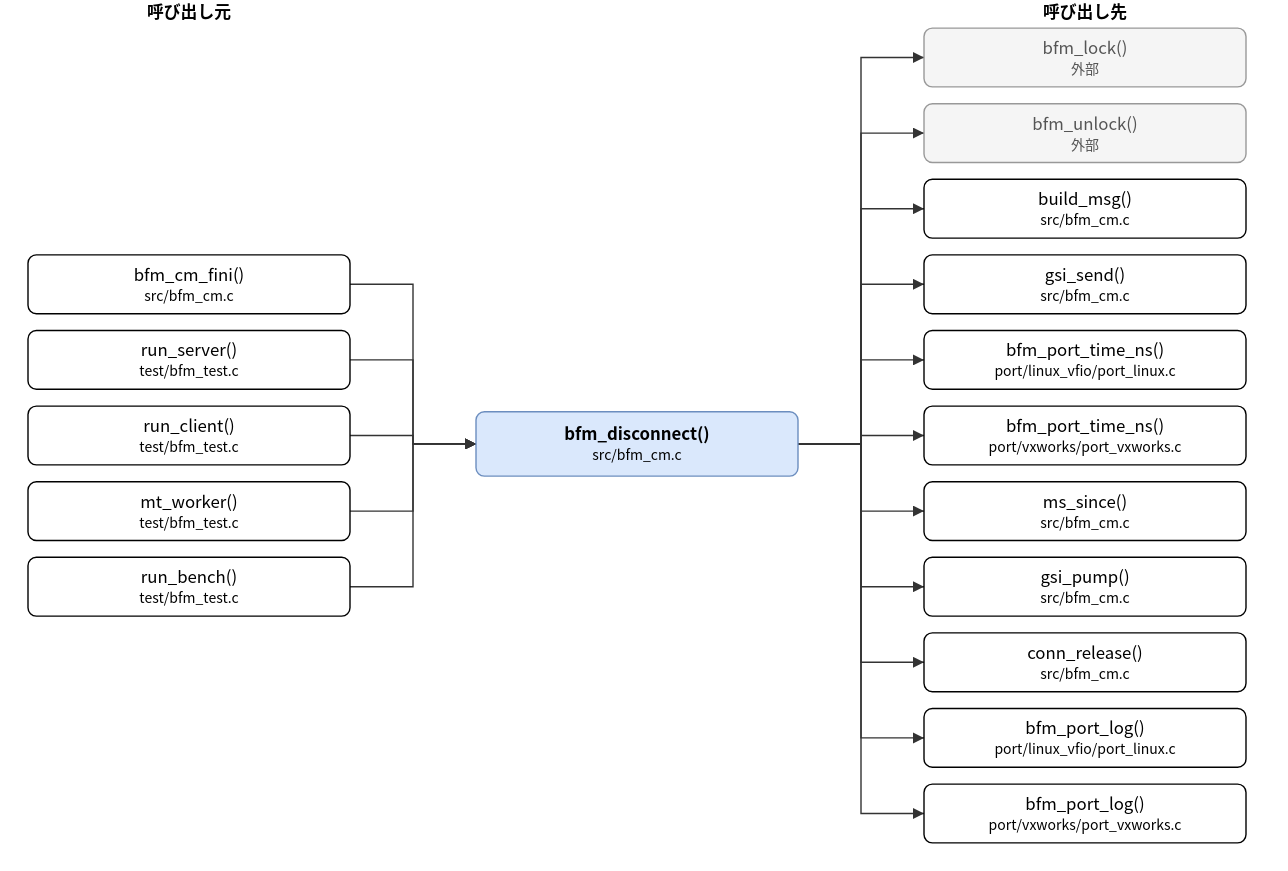
This is doc/spec/images/call_src_bfm_cm-bfm_disconnect.drawio.svg from hf355051012-ai/bfmem, a draw.io export, as it was before one commit. Source tidied: cells renumbered, new cells last; positions are measured from the earlier drawing's top-left corner, leaving out a move shared by most shapes.
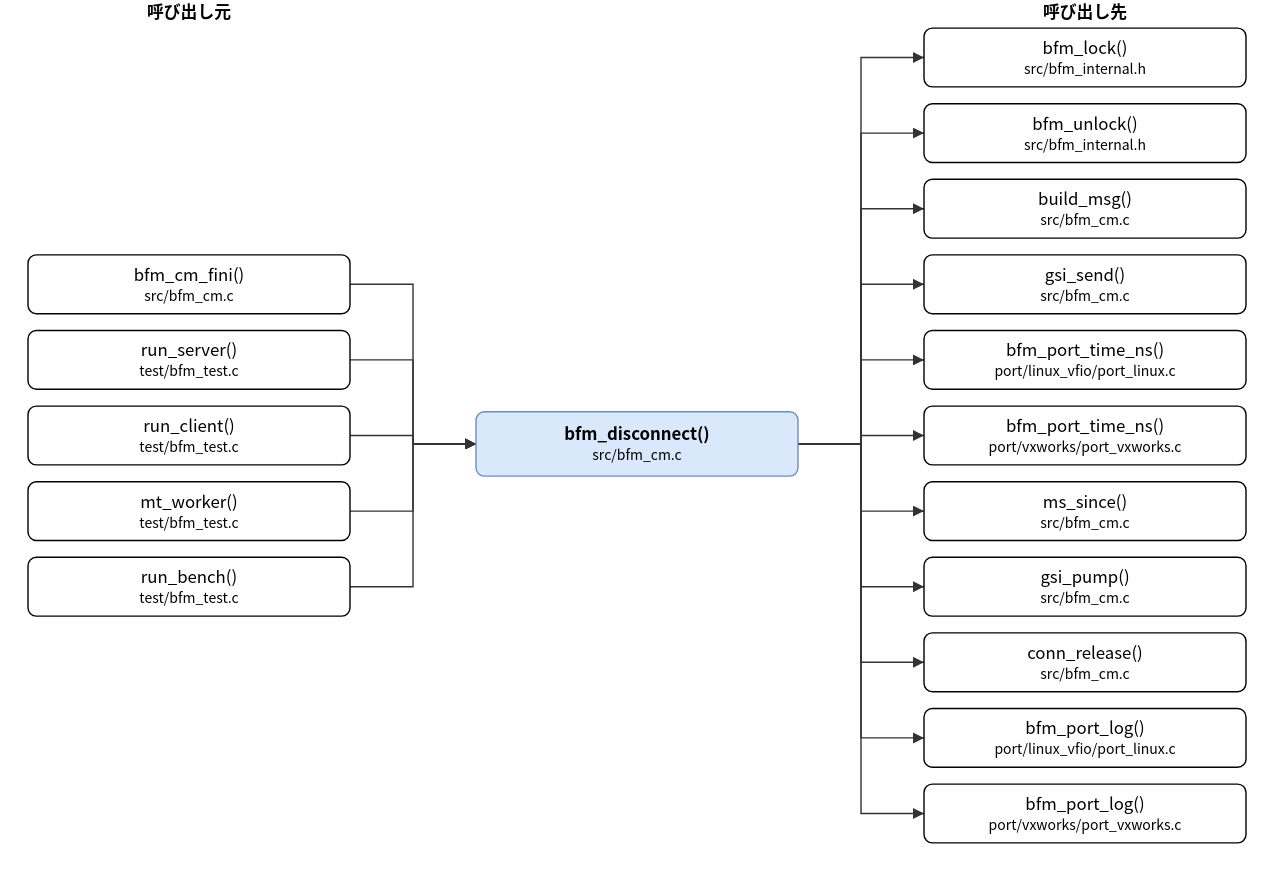
The same diagram one commit later.

The edit, as a diff of the source:
```diff
@@ -20,10 +20,10 @@
     <mxCell id="7" value="run_bench()&lt;br&gt;&lt;font style=&quot;font-size:10px&quot;&gt;test/bfm_test.c&lt;/font&gt;" style="rounded=1;whiteSpace=wrap;html=1;" parent="1" vertex="1">
       <mxGeometry y="398" width="230" height="42" as="geometry" />
     </mxCell>
-    <mxCell id="8" value="bfm_lock()&lt;br&gt;&lt;font style=&quot;font-size:10px&quot;&gt;外部&lt;/font&gt;" style="rounded=1;whiteSpace=wrap;html=1;fillColor=#f5f5f5;strokeColor=#999999;fontColor=#555555;" parent="1" vertex="1">
+    <mxCell id="8" value="bfm_lock()&lt;br&gt;&lt;font style=&quot;font-size:10px&quot;&gt;src/bfm_internal.h&lt;/font&gt;" style="rounded=1;whiteSpace=wrap;html=1;" parent="1" vertex="1">
       <mxGeometry x="640" y="20" width="230" height="42" as="geometry" />
     </mxCell>
-    <mxCell id="9" value="bfm_unlock()&lt;br&gt;&lt;font style=&quot;font-size:10px&quot;&gt;外部&lt;/font&gt;" style="rounded=1;whiteSpace=wrap;html=1;fillColor=#f5f5f5;strokeColor=#999999;fontColor=#555555;" parent="1" vertex="1">
+    <mxCell id="9" value="bfm_unlock()&lt;br&gt;&lt;font style=&quot;font-size:10px&quot;&gt;src/bfm_internal.h&lt;/font&gt;" style="rounded=1;whiteSpace=wrap;html=1;" parent="1" vertex="1">
       <mxGeometry x="640" y="74" width="230" height="42" as="geometry" />
     </mxCell>
     <mxCell id="10" value="build_msg()&lt;br&gt;&lt;font style=&quot;font-size:10px&quot;&gt;src/bfm_cm.c&lt;/font&gt;" style="rounded=1;whiteSpace=wrap;html=1;" parent="1" vertex="1">
```
